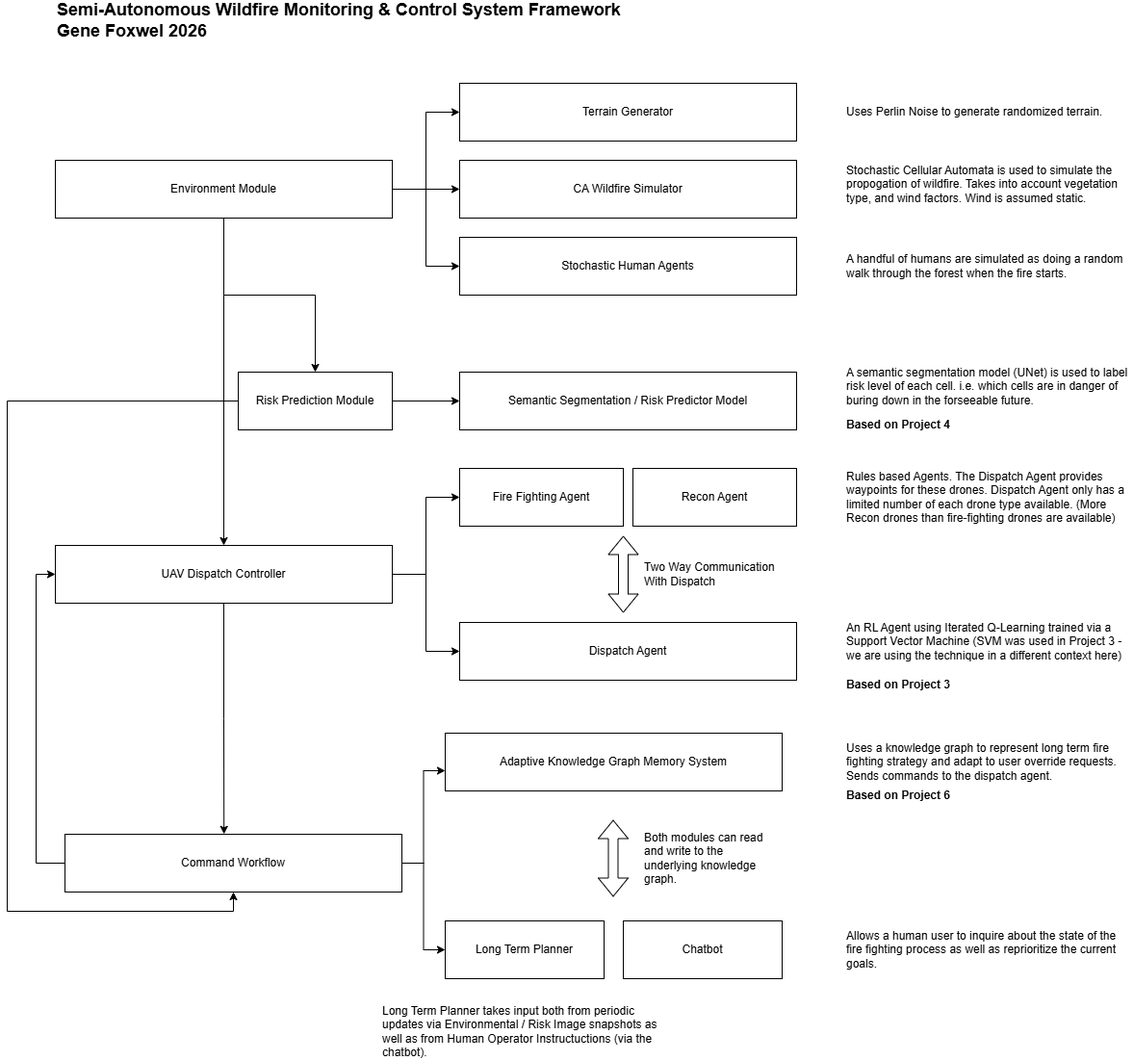
Before: SystemDesign-System Arch.drawio.png, a diagram exported from draw.io (streklin/industry-integrated-ai-systems-synthesis). Source tidied: cells renumbered, new cells last; positions are measured from the earlier drawing's top-left corner, leaving out a move shared by most shapes. The source it was exported from:
```xml
<mxGraphModel>
  <root>
    <mxCell id="0" />
    <mxCell id="1" parent="0" />
    <mxCell id="2" style="edgeStyle=orthogonalEdgeStyle;rounded=0;jettySize=auto;html=1;entryX=0;entryY=0.5;entryDx=0;entryDy=0;" parent="1" edge="1" source="7" target="8">
      <mxGeometry relative="1" as="geometry" />
    </mxCell>
    <mxCell id="3" style="edgeStyle=orthogonalEdgeStyle;rounded=0;jettySize=auto;html=1;entryX=0;entryY=0.5;entryDx=0;entryDy=0;" parent="1" edge="1" source="7" target="9">
      <mxGeometry relative="1" as="geometry" />
    </mxCell>
    <mxCell id="4" style="edgeStyle=orthogonalEdgeStyle;rounded=0;jettySize=auto;html=1;entryX=0;entryY=0.5;entryDx=0;entryDy=0;" parent="1" edge="1" source="7" target="10">
      <mxGeometry relative="1" as="geometry" />
    </mxCell>
    <mxCell id="5" style="edgeStyle=orthogonalEdgeStyle;rounded=0;jettySize=auto;html=1;entryX=0.5;entryY=0;entryDx=0;entryDy=0;" parent="1" edge="1" source="7" target="13">
      <mxGeometry relative="1" as="geometry" />
    </mxCell>
    <mxCell id="6" style="edgeStyle=orthogonalEdgeStyle;rounded=0;jettySize=auto;html=1;entryX=0.5;entryY=0;entryDx=0;entryDy=0;" parent="1" edge="1" source="7" target="22">
      <mxGeometry relative="1" as="geometry" />
    </mxCell>
    <mxCell id="7" value="Environment Module" style="rounded=0;whiteSpace=wrap;html=1;" parent="1" vertex="1">
      <mxGeometry x="50" y="160" width="350" height="60" as="geometry" />
    </mxCell>
    <mxCell id="8" value="Terrain Generator" style="rounded=0;whiteSpace=wrap;html=1;" parent="1" vertex="1">
      <mxGeometry x="470" y="80" width="350" height="60" as="geometry" />
    </mxCell>
    <mxCell id="9" value="CA Wildfire Simulator" style="rounded=0;whiteSpace=wrap;html=1;" parent="1" vertex="1">
      <mxGeometry x="470" y="160" width="350" height="60" as="geometry" />
    </mxCell>
    <mxCell id="10" value="Stochastic Human Agents" style="rounded=0;whiteSpace=wrap;html=1;" parent="1" vertex="1">
      <mxGeometry x="470" y="240" width="350" height="60" as="geometry" />
    </mxCell>
    <mxCell id="11" style="edgeStyle=orthogonalEdgeStyle;rounded=0;jettySize=auto;html=1;" parent="1" edge="1" source="13" target="14">
      <mxGeometry relative="1" as="geometry" />
    </mxCell>
    <mxCell id="12" style="edgeStyle=orthogonalEdgeStyle;rounded=0;jettySize=auto;html=1;entryX=0.5;entryY=1;entryDx=0;entryDy=0;" parent="1" edge="1" source="13" target="30">
      <mxGeometry relative="1" as="geometry">
        <Array as="points">
          <mxPoint y="410" />
          <mxPoint y="940" />
          <mxPoint x="235" y="940" />
        </Array>
      </mxGeometry>
    </mxCell>
    <mxCell id="13" value="Risk Prediction Module" style="rounded=0;whiteSpace=wrap;html=1;" parent="1" vertex="1">
      <mxGeometry x="240" y="380" width="160" height="60" as="geometry" />
    </mxCell>
    <mxCell id="14" value="Semantic Segmentation / Risk Predictor Model" style="rounded=0;whiteSpace=wrap;html=1;" parent="1" vertex="1">
      <mxGeometry x="470" y="380" width="350" height="60" as="geometry" />
    </mxCell>
    <mxCell id="15" value="Semi-Autonomous Wildfire Monitoring &amp;amp; Control System Framework&lt;div&gt;Gene Foxwel 2026&lt;/div&gt;" style="text;html=1;align=left;verticalAlign=middle;whiteSpace=wrap;rounded=0;fontStyle=1;fontSize=18;" parent="1" vertex="1">
      <mxGeometry x="50" width="770" height="30" as="geometry" />
    </mxCell>
    <mxCell id="16" value="Uses Perlin Noise to generate randomized terrain." style="text;html=1;align=left;verticalAlign=middle;whiteSpace=wrap;rounded=0;" parent="1" vertex="1">
      <mxGeometry x="870" y="95" width="300" height="30" as="geometry" />
    </mxCell>
    <mxCell id="17" value="Stochastic Cellular Automata is used to simulate the propogation of wildfire. Takes into account vegetation type, and wind factors. Wind is assumed static." style="text;html=1;align=left;verticalAlign=middle;whiteSpace=wrap;rounded=0;" parent="1" vertex="1">
      <mxGeometry x="870" y="170" width="300" height="30" as="geometry" />
    </mxCell>
    <mxCell id="18" value="A handful of humans are simulated as doing a random walk through the forest when the fire starts." style="text;html=1;align=left;verticalAlign=middle;whiteSpace=wrap;rounded=0;" parent="1" vertex="1">
      <mxGeometry x="870" y="255" width="300" height="30" as="geometry" />
    </mxCell>
    <mxCell id="19" value="A semantic segmentation model (UNet) is used to label risk level of each cell. i.e. which cells are in danger of buring down in the forseeable future." style="text;html=1;align=left;verticalAlign=middle;whiteSpace=wrap;rounded=0;" parent="1" vertex="1">
      <mxGeometry x="870" y="380" width="300" height="30" as="geometry" />
    </mxCell>
    <mxCell id="20" style="edgeStyle=orthogonalEdgeStyle;rounded=0;jettySize=auto;html=1;entryX=0;entryY=0.5;entryDx=0;entryDy=0;" parent="1" edge="1" source="22" target="25">
      <mxGeometry relative="1" as="geometry" />
    </mxCell>
    <mxCell id="21" style="edgeStyle=orthogonalEdgeStyle;rounded=0;jettySize=auto;html=1;entryX=0;entryY=0.5;entryDx=0;entryDy=0;" parent="1" edge="1" source="22" target="24">
      <mxGeometry relative="1" as="geometry" />
    </mxCell>
    <mxCell id="22" value="UAV Dispatch Controller" style="rounded=0;whiteSpace=wrap;html=1;" parent="1" vertex="1">
      <mxGeometry x="50" y="560" width="350" height="60" as="geometry" />
    </mxCell>
    <mxCell id="23" value="Recon Agent" style="rounded=0;whiteSpace=wrap;html=1;" parent="1" vertex="1">
      <mxGeometry x="650" y="480" width="170" height="60" as="geometry" />
    </mxCell>
    <mxCell id="24" value="Fire Fighting Agent" style="rounded=0;whiteSpace=wrap;html=1;" parent="1" vertex="1">
      <mxGeometry x="470" y="480" width="170" height="60" as="geometry" />
    </mxCell>
    <mxCell id="25" value="Dispatch Agent" style="rounded=0;whiteSpace=wrap;html=1;" parent="1" vertex="1">
      <mxGeometry x="470" y="640" width="350" height="60" as="geometry" />
    </mxCell>
    <mxCell id="26" value="Rules based Agents. The Dispatch Agent provides waypoints for these drones. Dispatch Agent only has a limited number of each drone type available. (More Recon drones than fire-fighting drones are available)" style="text;html=1;align=left;verticalAlign=middle;whiteSpace=wrap;rounded=0;" parent="1" vertex="1">
      <mxGeometry x="870" y="480" width="300" height="60" as="geometry" />
    </mxCell>
    <mxCell id="27" value="An RL Agent using Iterated Q-Learning trained via a Support Vector Machine (SVM was used in Project 3 - we are using the technique in a different context here)" style="text;html=1;align=left;verticalAlign=middle;whiteSpace=wrap;rounded=0;" parent="1" vertex="1">
      <mxGeometry x="870" y="630" width="300" height="60" as="geometry" />
    </mxCell>
    <mxCell id="28" style="edgeStyle=orthogonalEdgeStyle;rounded=0;jettySize=auto;html=1;entryX=0;entryY=0.5;entryDx=0;entryDy=0;" parent="1" edge="1" source="30" target="22">
      <mxGeometry relative="1" as="geometry">
        <Array as="points">
          <mxPoint x="30" y="890" />
          <mxPoint x="30" y="590" />
        </Array>
      </mxGeometry>
    </mxCell>
    <mxCell id="29" style="edgeStyle=orthogonalEdgeStyle;rounded=0;jettySize=auto;html=1;entryX=0;entryY=0.5;entryDx=0;entryDy=0;" parent="1" edge="1" source="30" target="31">
      <mxGeometry relative="1" as="geometry" />
    </mxCell>
    <mxCell id="30" value="Command Workflow" style="rounded=0;whiteSpace=wrap;html=1;" parent="1" vertex="1">
      <mxGeometry x="60" y="860" width="350" height="60" as="geometry" />
    </mxCell>
    <mxCell id="31" value="Long Term Planner" style="rounded=0;whiteSpace=wrap;html=1;" parent="1" vertex="1">
      <mxGeometry x="455" y="950" width="165" height="60" as="geometry" />
    </mxCell>
    <mxCell id="32" value="Chatbot" style="rounded=0;whiteSpace=wrap;html=1;" parent="1" vertex="1">
      <mxGeometry x="640" y="950" width="165" height="60" as="geometry" />
    </mxCell>
    <mxCell id="33" style="edgeStyle=orthogonalEdgeStyle;rounded=0;jettySize=auto;html=1;entryX=0.472;entryY=-0.003;entryDx=0;entryDy=0;entryPerimeter=0;" parent="1" edge="1" source="22" target="30">
      <mxGeometry relative="1" as="geometry" />
    </mxCell>
    <mxCell id="34" value="Based on Project 4&amp;nbsp;" style="text;html=1;align=left;verticalAlign=middle;whiteSpace=wrap;rounded=0;fontStyle=1;" parent="1" vertex="1">
      <mxGeometry x="870" y="420" width="300" height="30" as="geometry" />
    </mxCell>
    <mxCell id="35" value="Based on Project 3" style="text;html=1;align=left;verticalAlign=middle;whiteSpace=wrap;rounded=0;fontStyle=1;" parent="1" vertex="1">
      <mxGeometry x="870" y="690" width="300" height="30" as="geometry" />
    </mxCell>
    <mxCell id="36" value="Uses a knowledge graph to represent long term fire fighting strategy and adapt to user override requests. Sends commands to the dispatch agent." style="text;html=1;align=left;verticalAlign=middle;whiteSpace=wrap;rounded=0;" parent="1" vertex="1">
      <mxGeometry x="870" y="755" width="300" height="60" as="geometry" />
    </mxCell>
    <mxCell id="37" value="Based on Project 6" style="text;html=1;align=left;verticalAlign=middle;whiteSpace=wrap;rounded=0;fontStyle=1;" parent="1" vertex="1">
      <mxGeometry x="870" y="805" width="300" height="30" as="geometry" />
    </mxCell>
    <mxCell id="38" value="Allows a human user to inquire about the state of the fire fighting process as well as reprioritize the current goals." style="text;html=1;align=left;verticalAlign=middle;whiteSpace=wrap;rounded=0;" parent="1" vertex="1">
      <mxGeometry x="870" y="950" width="300" height="60" as="geometry" />
    </mxCell>
    <mxCell id="39" style="shape=flexArrow;endArrow=classic;startArrow=classic;html=1;rounded=0;" parent="1" edge="1">
      <mxGeometry relative="1" as="geometry">
        <mxPoint x="640" y="630" as="sourcePoint" />
        <mxPoint x="640" y="550" as="targetPoint" />
      </mxGeometry>
    </mxCell>
    <mxCell id="40" value="Two Way Communication With Dispatch" style="text;html=1;align=left;verticalAlign=middle;whiteSpace=wrap;rounded=0;" parent="1" vertex="1">
      <mxGeometry x="660" y="560" width="160" height="60" as="geometry" />
    </mxCell>
    <mxCell id="41" value="Adaptive Knowledge Graph Memory System" style="rounded=0;whiteSpace=wrap;html=1;" parent="1" vertex="1">
      <mxGeometry x="455" y="755" width="350" height="60" as="geometry" />
    </mxCell>
    <mxCell id="42" style="shape=flexArrow;endArrow=classic;startArrow=classic;html=1;rounded=0;" parent="1" edge="1">
      <mxGeometry relative="1" as="geometry">
        <mxPoint x="629.5" y="925" as="sourcePoint" />
        <mxPoint x="629.5" y="845" as="targetPoint" />
      </mxGeometry>
    </mxCell>
    <mxCell id="43" style="edgeStyle=orthogonalEdgeStyle;rounded=0;jettySize=auto;html=1;entryX=0;entryY=0.65;entryDx=0;entryDy=0;entryPerimeter=0;" parent="1" edge="1" source="30" target="41">
      <mxGeometry relative="1" as="geometry" />
    </mxCell>
    <mxCell id="44" value="Both modules can read and write to the underlying knowledge graph." style="text;html=1;align=left;verticalAlign=middle;whiteSpace=wrap;rounded=0;" parent="1" vertex="1">
      <mxGeometry x="660" y="855" width="130" height="60" as="geometry" />
    </mxCell>
    <mxCell id="45" value="Long Term Planner takes input both from periodic updates via Environmental / Risk Image snapshots as well as from Human Operator Instructuctions (via the chatbot)." style="text;html=1;align=left;verticalAlign=middle;whiteSpace=wrap;rounded=0;" parent="1" vertex="1">
      <mxGeometry x="387.5" y="1035" width="300" height="60" as="geometry" />
    </mxCell>
  </root>
</mxGraphModel>
```
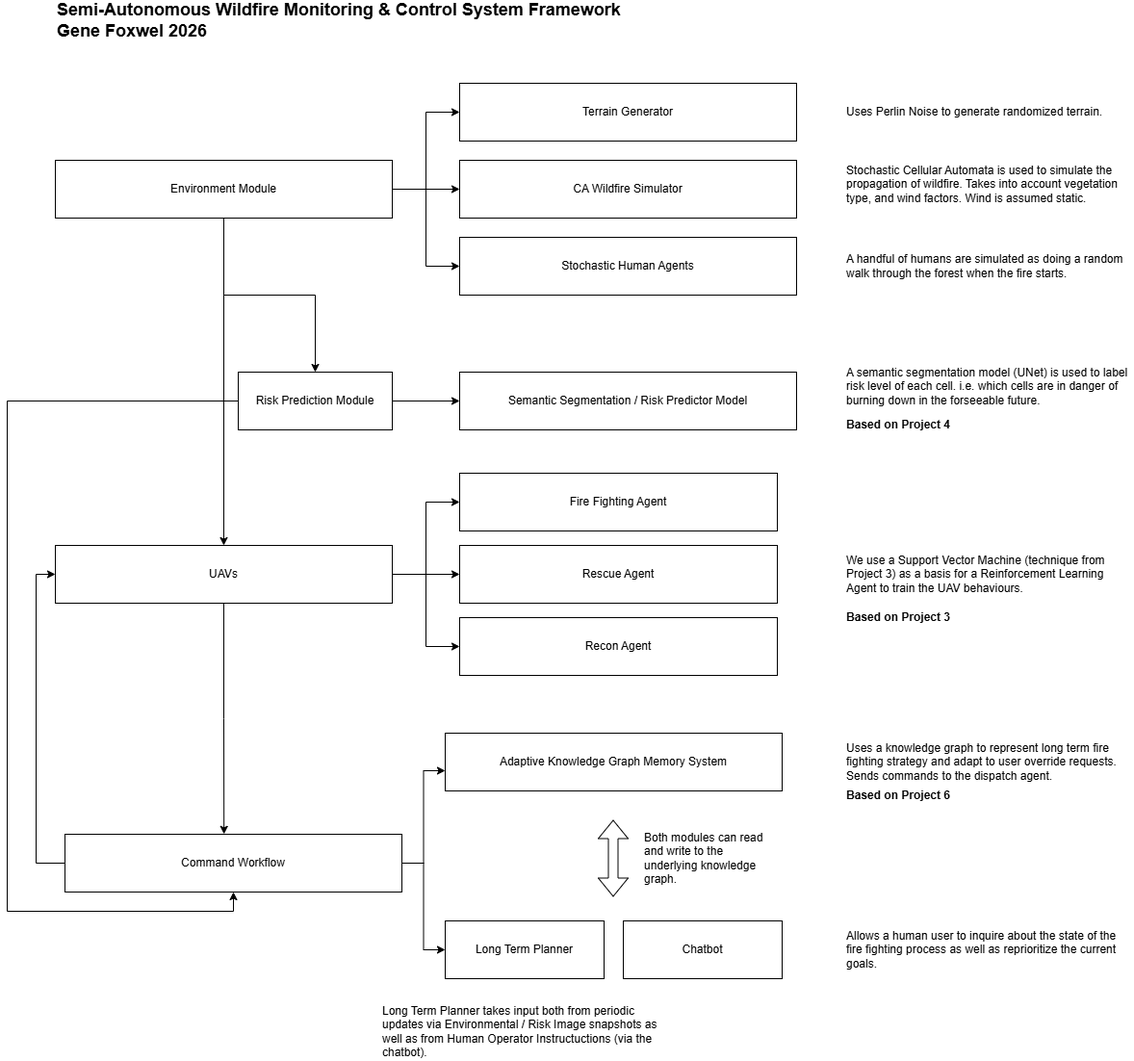
The same file after the commit.

The edit, as a diff of the source:
```diff
@@ -53,39 +53,33 @@
     <mxCell id="16" value="Uses Perlin Noise to generate randomized terrain." style="text;html=1;align=left;verticalAlign=middle;whiteSpace=wrap;rounded=0;" parent="1" vertex="1">
       <mxGeometry x="870" y="95" width="300" height="30" as="geometry" />
     </mxCell>
-    <mxCell id="17" value="Stochastic Cellular Automata is used to simulate the propogation of wildfire. Takes into account vegetation type, and wind factors. Wind is assumed static." style="text;html=1;align=left;verticalAlign=middle;whiteSpace=wrap;rounded=0;" parent="1" vertex="1">
+    <mxCell id="17" value="Stochastic Cellular Automata is used to simulate the propagation of wildfire. Takes into account vegetation type, and wind factors. Wind is assumed static." style="text;html=1;align=left;verticalAlign=middle;whiteSpace=wrap;rounded=0;" parent="1" vertex="1">
       <mxGeometry x="870" y="170" width="300" height="30" as="geometry" />
     </mxCell>
     <mxCell id="18" value="A handful of humans are simulated as doing a random walk through the forest when the fire starts." style="text;html=1;align=left;verticalAlign=middle;whiteSpace=wrap;rounded=0;" parent="1" vertex="1">
       <mxGeometry x="870" y="255" width="300" height="30" as="geometry" />
     </mxCell>
-    <mxCell id="19" value="A semantic segmentation model (UNet) is used to label risk level of each cell. i.e. which cells are in danger of buring down in the forseeable future." style="text;html=1;align=left;verticalAlign=middle;whiteSpace=wrap;rounded=0;" parent="1" vertex="1">
+    <mxCell id="19" value="A semantic segmentation model (UNet) is used to label risk level of each cell. i.e. which cells are in danger of burning down in the forseeable future." style="text;html=1;align=left;verticalAlign=middle;whiteSpace=wrap;rounded=0;" parent="1" vertex="1">
       <mxGeometry x="870" y="380" width="300" height="30" as="geometry" />
     </mxCell>
-    <mxCell id="20" style="edgeStyle=orthogonalEdgeStyle;rounded=0;jettySize=auto;html=1;entryX=0;entryY=0.5;entryDx=0;entryDy=0;" parent="1" edge="1" source="22" target="25">
-      <mxGeometry relative="1" as="geometry" />
-    </mxCell>
     <mxCell id="21" style="edgeStyle=orthogonalEdgeStyle;rounded=0;jettySize=auto;html=1;entryX=0;entryY=0.5;entryDx=0;entryDy=0;" parent="1" edge="1" source="22" target="24">
       <mxGeometry relative="1" as="geometry" />
     </mxCell>
+    <mxCell id="46" style="edgeStyle=orthogonalEdgeStyle;rounded=0;jettySize=auto;html=1;entryX=0;entryY=0.5;entryDx=0;entryDy=0;" parent="1" edge="1" source="22" target="48">
+      <mxGeometry relative="1" as="geometry" />
+    </mxCell>
+    <mxCell id="47" style="edgeStyle=orthogonalEdgeStyle;rounded=0;jettySize=auto;html=1;entryX=0;entryY=0.5;entryDx=0;entryDy=0;" parent="1" edge="1" source="22" target="23">
+      <mxGeometry relative="1" as="geometry" />
+    </mxCell>
-    <mxCell id="22" value="UAV Dispatch Controller" style="rounded=0;whiteSpace=wrap;html=1;" parent="1" vertex="1">
+    <mxCell id="22" value="UAVs" style="rounded=0;whiteSpace=wrap;html=1;" parent="1" vertex="1">
       <mxGeometry x="50" y="560" width="350" height="60" as="geometry" />
     </mxCell>
     <mxCell id="23" value="Recon Agent" style="rounded=0;whiteSpace=wrap;html=1;" parent="1" vertex="1">
-      <mxGeometry x="650" y="480" width="170" height="60" as="geometry" />
+      <mxGeometry x="470" y="635" width="330" height="60" as="geometry" />
     </mxCell>
     <mxCell id="24" value="Fire Fighting Agent" style="rounded=0;whiteSpace=wrap;html=1;" parent="1" vertex="1">
-      <mxGeometry x="470" y="480" width="170" height="60" as="geometry" />
+      <mxGeometry x="470" y="485" width="330" height="60" as="geometry" />
     </mxCell>
-    <mxCell id="25" value="Dispatch Agent" style="rounded=0;whiteSpace=wrap;html=1;" parent="1" vertex="1">
-      <mxGeometry x="470" y="640" width="350" height="60" as="geometry" />
-    </mxCell>
-    <mxCell id="26" value="Rules based Agents. The Dispatch Agent provides waypoints for these drones. Dispatch Agent only has a limited number of each drone type available. (More Recon drones than fire-fighting drones are available)" style="text;html=1;align=left;verticalAlign=middle;whiteSpace=wrap;rounded=0;" parent="1" vertex="1">
-      <mxGeometry x="870" y="480" width="300" height="60" as="geometry" />
-    </mxCell>
-    <mxCell id="27" value="An RL Agent using Iterated Q-Learning trained via a Support Vector Machine (SVM was used in Project 3 - we are using the technique in a different context here)" style="text;html=1;align=left;verticalAlign=middle;whiteSpace=wrap;rounded=0;" parent="1" vertex="1">
-      <mxGeometry x="870" y="630" width="300" height="60" as="geometry" />
-    </mxCell>
     <mxCell id="28" style="edgeStyle=orthogonalEdgeStyle;rounded=0;jettySize=auto;html=1;entryX=0;entryY=0.5;entryDx=0;entryDy=0;" parent="1" edge="1" source="30" target="22">
       <mxGeometry relative="1" as="geometry">
         <Array as="points">
@@ -112,9 +106,6 @@
     <mxCell id="34" value="Based on Project 4&amp;nbsp;" style="text;html=1;align=left;verticalAlign=middle;whiteSpace=wrap;rounded=0;fontStyle=1;" parent="1" vertex="1">
       <mxGeometry x="870" y="420" width="300" height="30" as="geometry" />
     </mxCell>
-    <mxCell id="35" value="Based on Project 3" style="text;html=1;align=left;verticalAlign=middle;whiteSpace=wrap;rounded=0;fontStyle=1;" parent="1" vertex="1">
-      <mxGeometry x="870" y="690" width="300" height="30" as="geometry" />
-    </mxCell>
     <mxCell id="36" value="Uses a knowledge graph to represent long term fire fighting strategy and adapt to user override requests. Sends commands to the dispatch agent." style="text;html=1;align=left;verticalAlign=middle;whiteSpace=wrap;rounded=0;" parent="1" vertex="1">
       <mxGeometry x="870" y="755" width="300" height="60" as="geometry" />
     </mxCell>
@@ -124,15 +115,6 @@
     <mxCell id="38" value="Allows a human user to inquire about the state of the fire fighting process as well as reprioritize the current goals." style="text;html=1;align=left;verticalAlign=middle;whiteSpace=wrap;rounded=0;" parent="1" vertex="1">
       <mxGeometry x="870" y="950" width="300" height="60" as="geometry" />
     </mxCell>
-    <mxCell id="39" style="shape=flexArrow;endArrow=classic;startArrow=classic;html=1;rounded=0;" parent="1" edge="1">
-      <mxGeometry relative="1" as="geometry">
-        <mxPoint x="640" y="630" as="sourcePoint" />
-        <mxPoint x="640" y="550" as="targetPoint" />
-      </mxGeometry>
-    </mxCell>
-    <mxCell id="40" value="Two Way Communication With Dispatch" style="text;html=1;align=left;verticalAlign=middle;whiteSpace=wrap;rounded=0;" parent="1" vertex="1">
-      <mxGeometry x="660" y="560" width="160" height="60" as="geometry" />
-    </mxCell>
     <mxCell id="41" value="Adaptive Knowledge Graph Memory System" style="rounded=0;whiteSpace=wrap;html=1;" parent="1" vertex="1">
       <mxGeometry x="455" y="755" width="350" height="60" as="geometry" />
     </mxCell>
@@ -151,5 +133,14 @@
     <mxCell id="45" value="Long Term Planner takes input both from periodic updates via Environmental / Risk Image snapshots as well as from Human Operator Instructuctions (via the chatbot)." style="text;html=1;align=left;verticalAlign=middle;whiteSpace=wrap;rounded=0;" parent="1" vertex="1">
       <mxGeometry x="387.5" y="1035" width="300" height="60" as="geometry" />
     </mxCell>
+    <mxCell id="48" value="Rescue Agent" style="rounded=0;whiteSpace=wrap;html=1;" parent="1" vertex="1">
+      <mxGeometry x="470" y="560" width="330" height="60" as="geometry" />
+    </mxCell>
+    <mxCell id="49" value="We use a Support Vector Machine (technique from Project 3) as a basis for a Reinforcement Learning Agent to train the UAV behaviours." style="text;html=1;align=left;verticalAlign=middle;whiteSpace=wrap;rounded=0;" parent="1" vertex="1">
+      <mxGeometry x="870" y="575" width="300" height="30" as="geometry" />
+    </mxCell>
+    <mxCell id="35" value="Based on Project 3&amp;nbsp;" style="text;html=1;align=left;verticalAlign=middle;whiteSpace=wrap;rounded=0;fontStyle=1;" parent="1" vertex="1">
+      <mxGeometry x="870" y="620" width="300" height="30" as="geometry" />
+    </mxCell>
   </root>
 </mxGraphModel>
```
